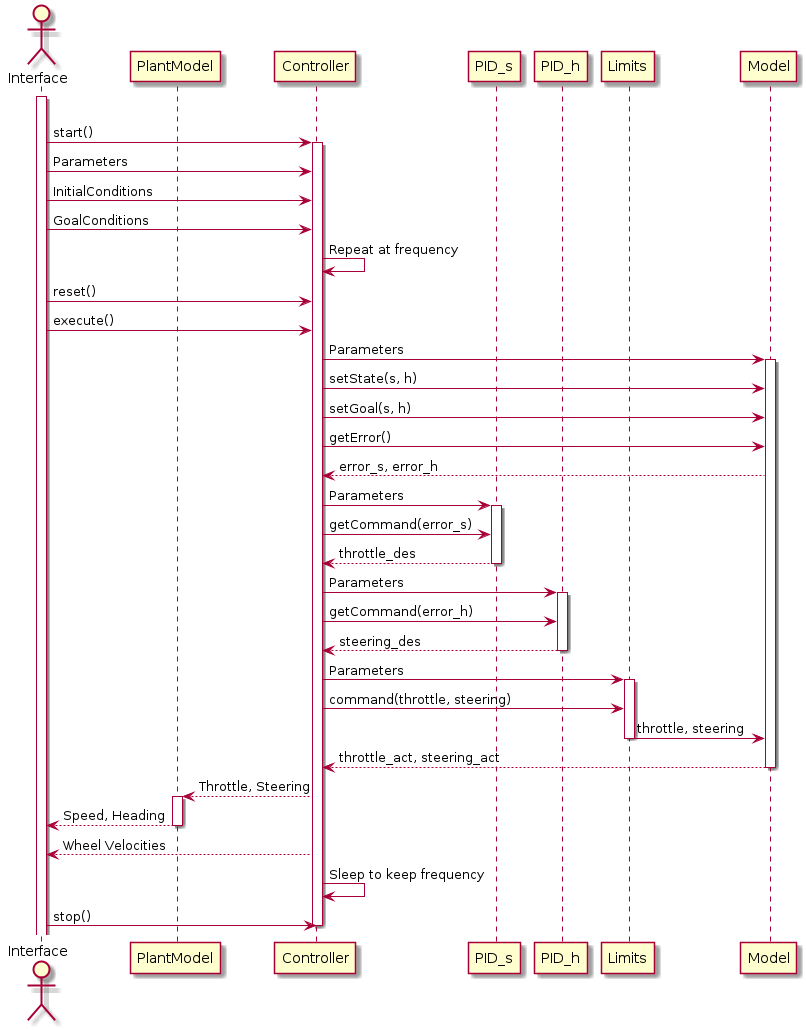
This is docs/uml/revised/sequence_diagram.png from danielmohansahu/ackermann-controller, a PlantUML export, as it was before one commit.
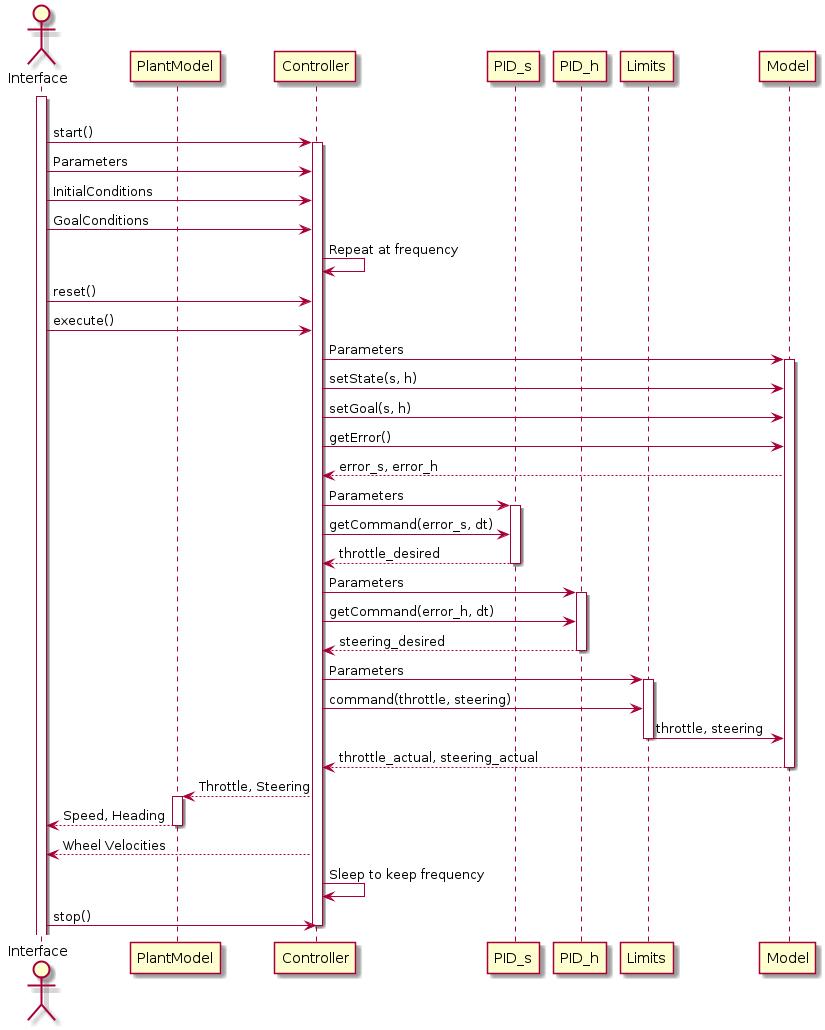
The same diagram one commit later.

What changed in the source:
```diff
@@ -30,14 +30,14 @@
 
 Controller -> PID_s: Parameters
 activate PID_s
-Controller -> PID_s: getCommand(error_s)
-PID_s --> Controller: throttle_des
+Controller -> PID_s: getCommand(error_s, dt)
+PID_s --> Controller: throttle_desired
 deactivate PID_s
 
 Controller -> PID_h: Parameters
 activate PID_h
-Controller -> PID_h: getCommand(error_h)
-PID_h --> Controller: steering_des
+Controller -> PID_h: getCommand(error_h, dt)
+PID_h --> Controller: steering_desired
 deactivate PID_h
 
 Controller -> Limits: Parameters
@@ -45,7 +45,7 @@
 Controller -> Limits: command(throttle, steering)
 Limits -> Model: throttle, steering
 deactivate Limits
-Model --> Controller: throttle_act, steering_act
+Model --> Controller: throttle_actual, steering_actual
 deactivate Model
 
 Controller --> PlantModel: Throttle, Steering
```
